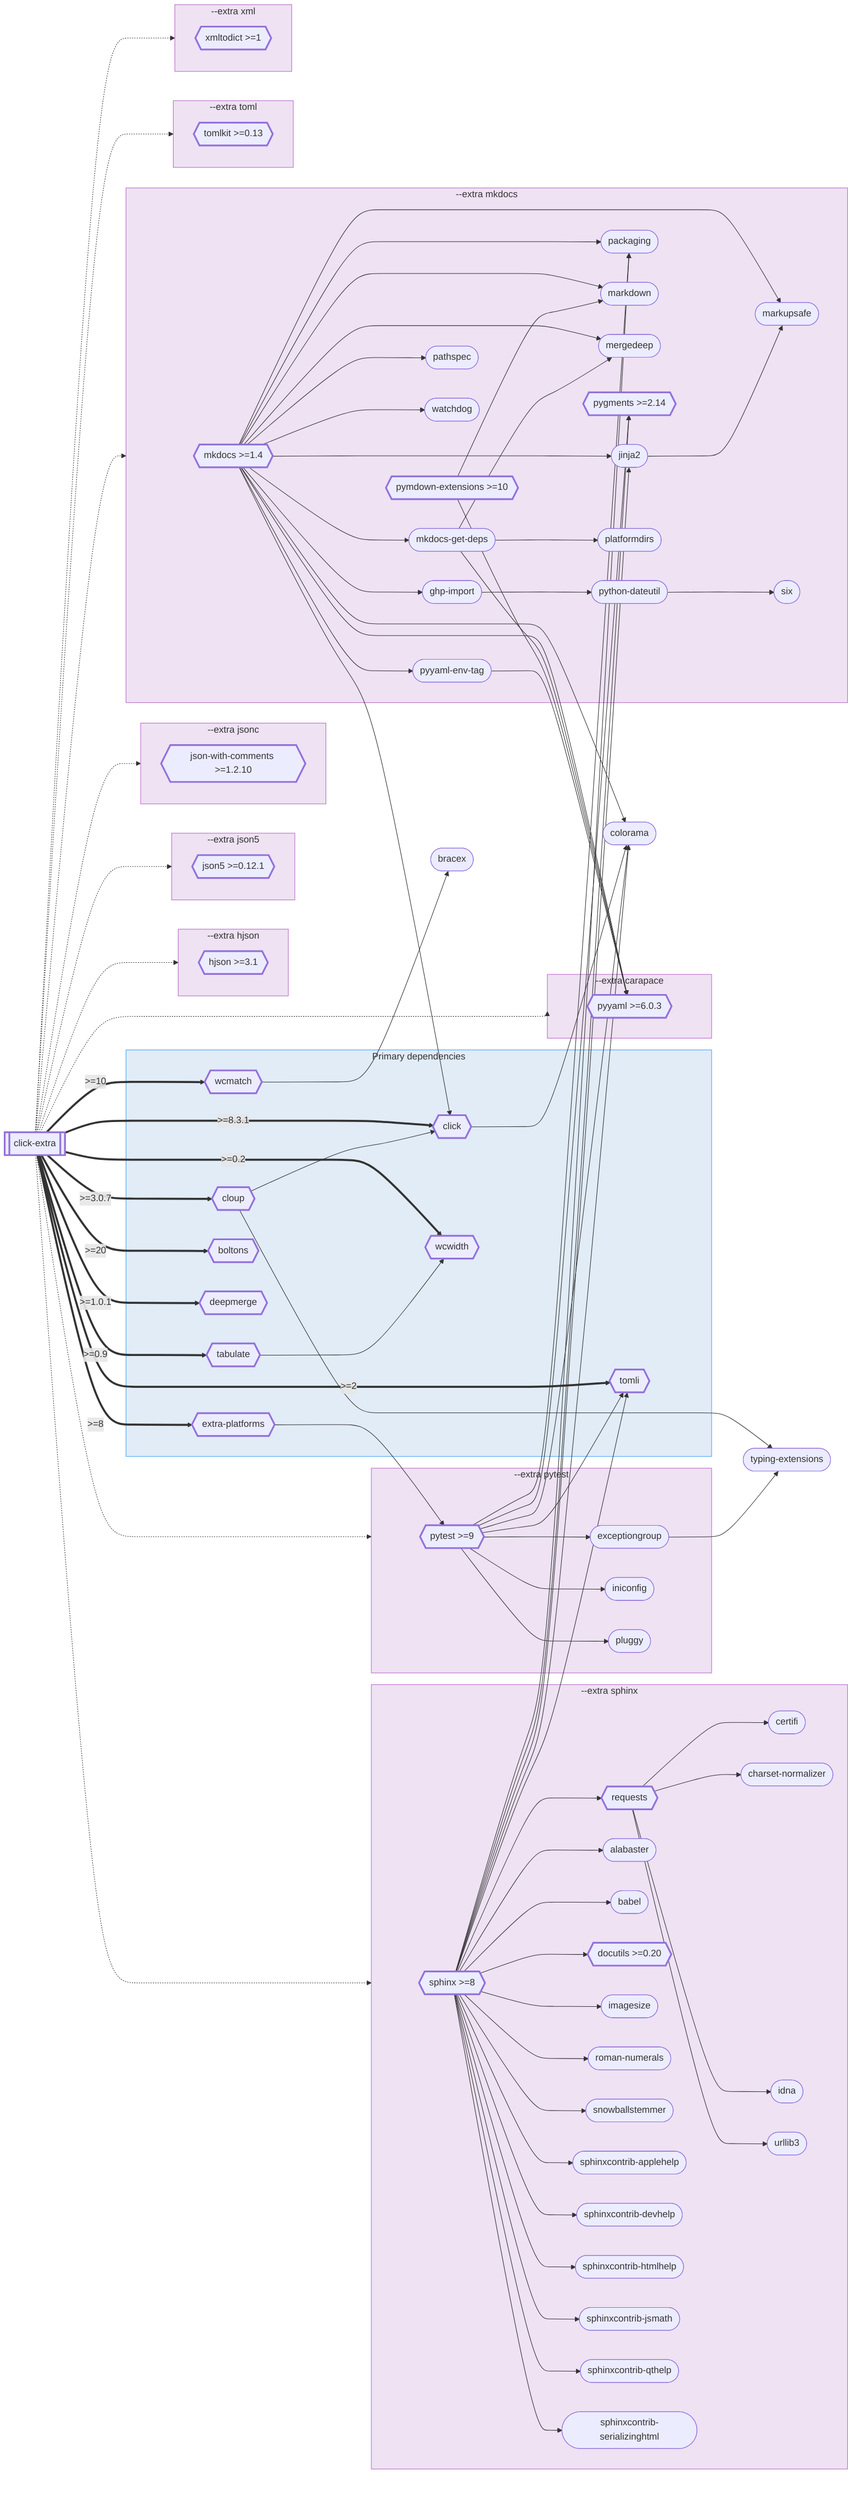
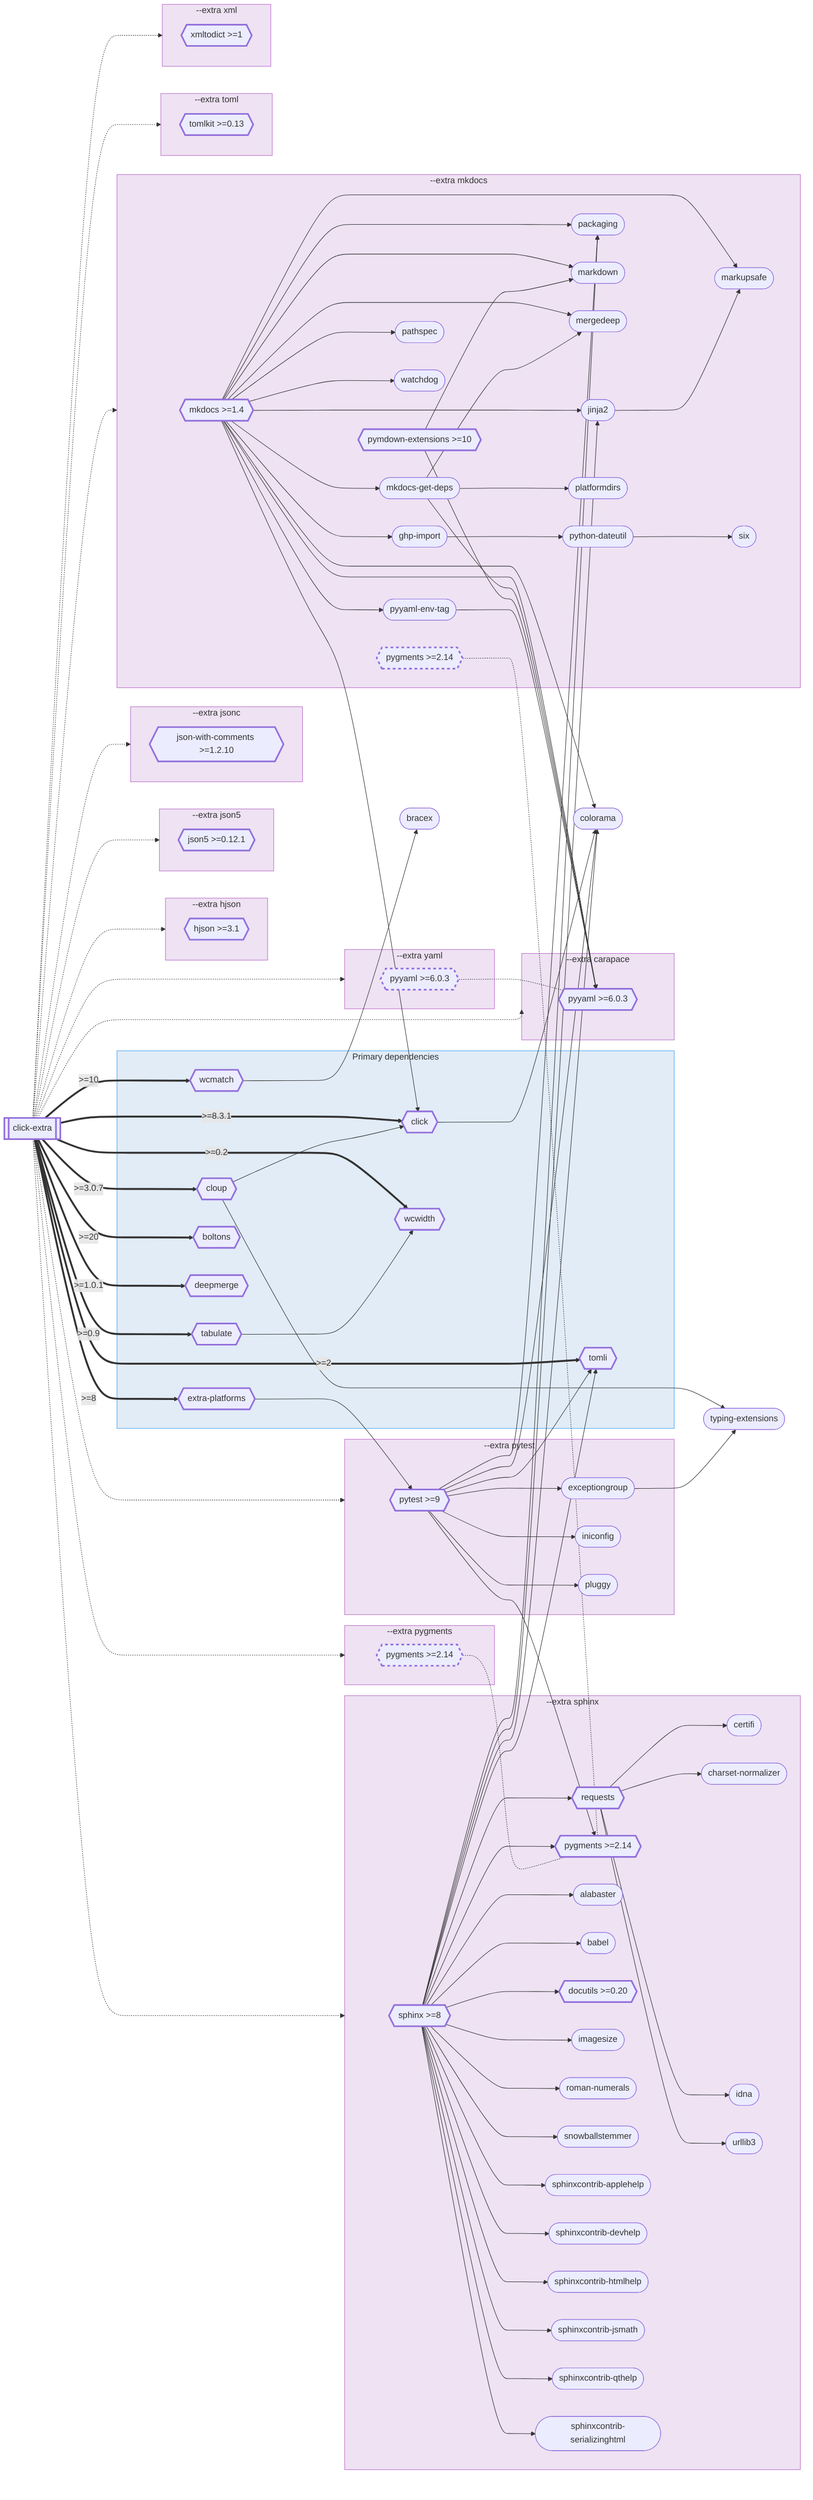
flowchart LR
    click_extra[["`click-extra`"]]

    subgraph primary-deps [Primary dependencies]
        extra_platforms{{"`extra-platforms`"}}
        cloup{{"`cloup`"}}
        click_0{{"`click`"}}
        tabulate{{"`tabulate`"}}
        wcmatch{{"`wcmatch`"}}
        tomli{{"`tomli`"}}
        wcwidth{{"`wcwidth`"}}
        boltons{{"`boltons`"}}
        deepmerge{{"`deepmerge`"}}
    end

    colorama(["`colorama`"])
    typing_extensions(["`typing-extensions`"])
    bracex(["`bracex`"])

    subgraph ext_carapace [--extra carapace]
        pyyaml{{"`pyyaml >=6.0.3`"}}
    end

    subgraph ext_hjson [--extra hjson]
        hjson{{"`hjson >=3.1`"}}
    end

    subgraph ext_json5 [--extra json5]
        json5{{"`json5 >=0.12.1`"}}
    end

    subgraph ext_jsonc [--extra jsonc]
        json_with_comments{{"`json-with-comments >=1.2.10`"}}
    end

    subgraph ext_mkdocs [--extra mkdocs]
        mkdocs{{"`mkdocs >=1.4`"}}
        mkdocs_get_deps(["`mkdocs-get-deps`"])
        jinja2(["`jinja2`"])
        packaging(["`packaging`"])
        ghp_import(["`ghp-import`"])
        markdown(["`markdown`"])
        markupsafe(["`markupsafe`"])
        mergedeep(["`mergedeep`"])
-         pygments{{"`pygments >=2.14`"}}
        pymdown_extensions{{"`pymdown-extensions >=10`"}}
        python_dateutil(["`python-dateutil`"])
        pyyaml_env_tag(["`pyyaml-env-tag`"])
        pathspec(["`pathspec`"])
        platformdirs(["`platformdirs`"])
        six(["`six`"])
        watchdog(["`watchdog`"])
+         ext_mkdocs_pygments{{"`pygments >=2.14`"}}
+     end
+ 
+     subgraph ext_pygments [--extra pygments]
+         ext_pygments_pygments{{"`pygments >=2.14`"}}
    end

    subgraph ext_pytest [--extra pytest]
        pytest{{"`pytest >=9`"}}
        exceptiongroup(["`exceptiongroup`"])
        iniconfig(["`iniconfig`"])
        pluggy(["`pluggy`"])
    end

    subgraph ext_sphinx [--extra sphinx]
        sphinx{{"`sphinx >=8`"}}
        requests{{"`requests`"}}
+         pygments{{"`pygments >=2.14`"}}
        alabaster(["`alabaster`"])
        babel(["`babel`"])
        certifi(["`certifi`"])
        charset_normalizer(["`charset-normalizer`"])
        docutils{{"`docutils >=0.20`"}}
        idna(["`idna`"])
        imagesize(["`imagesize`"])
        roman_numerals(["`roman-numerals`"])
        snowballstemmer(["`snowballstemmer`"])
        sphinxcontrib_applehelp(["`sphinxcontrib-applehelp`"])
        sphinxcontrib_devhelp(["`sphinxcontrib-devhelp`"])
        sphinxcontrib_htmlhelp(["`sphinxcontrib-htmlhelp`"])
        sphinxcontrib_jsmath(["`sphinxcontrib-jsmath`"])
        sphinxcontrib_qthelp(["`sphinxcontrib-qthelp`"])
        sphinxcontrib_serializinghtml(["`sphinxcontrib-serializinghtml`"])
        urllib3(["`urllib3`"])
    end

    subgraph ext_toml [--extra toml]
        tomlkit{{"`tomlkit >=0.13`"}}
    end

    subgraph ext_xml [--extra xml]
        xmltodict{{"`xmltodict >=1`"}}
+     end
+ 
+     subgraph ext_yaml [--extra yaml]
+         ext_yaml_pyyaml{{"`pyyaml >=6.0.3`"}}
    end

    click_extra ==>|" >=8.3.1 "| click_0
    click_extra ==>|" >=3.0.7 "| cloup
    click_extra ==>|" >=2 "| tomli
    click_extra ==>|" >=8 "| extra_platforms
    click_extra ==>|" >=0.9 "| tabulate
    click_extra ==>|" >=10 "| wcmatch
    click_extra ==>|" >=0.2 "| wcwidth
    click_extra ==>|" >=20 "| boltons
    click_extra ==>|" >=1.0.1 "| deepmerge
    sphinx --> requests
    sphinx --> colorama
    sphinx --> jinja2
    sphinx --> packaging
    sphinx --> pygments
    sphinx --> tomli
    sphinx --> alabaster
    sphinx --> babel
    sphinx --> docutils
    sphinx --> imagesize
    sphinx --> roman_numerals
    sphinx --> snowballstemmer
    sphinx --> sphinxcontrib_applehelp
    sphinx --> sphinxcontrib_devhelp
    sphinx --> sphinxcontrib_htmlhelp
    sphinx --> sphinxcontrib_jsmath
    sphinx --> sphinxcontrib_qthelp
    sphinx --> sphinxcontrib_serializinghtml
    mkdocs --> mkdocs_get_deps
    mkdocs --> pyyaml
    mkdocs --> click_0
    mkdocs --> colorama
    mkdocs --> jinja2
    mkdocs --> packaging
    mkdocs --> ghp_import
    mkdocs --> markdown
    mkdocs --> markupsafe
    mkdocs --> mergedeep
    mkdocs --> pyyaml_env_tag
    mkdocs --> pathspec
    mkdocs --> watchdog
    pytest --> colorama
    pytest --> packaging
    pytest --> exceptiongroup
    pytest --> pygments
    pytest --> tomli
    pytest --> iniconfig
    pytest --> pluggy
    requests --> certifi
    requests --> charset_normalizer
    requests --> idna
    requests --> urllib3
    mkdocs_get_deps --> pyyaml
    mkdocs_get_deps --> mergedeep
    mkdocs_get_deps --> platformdirs
    click_0 --> colorama
    jinja2 --> markupsafe
    cloup --> click_0
    cloup --> typing_extensions
    exceptiongroup --> typing_extensions
    ghp_import --> python_dateutil
    pymdown_extensions --> pyyaml
    pymdown_extensions --> markdown
    python_dateutil --> six
    pyyaml_env_tag --> pyyaml
    extra_platforms --> pytest
    tabulate --> wcwidth
    wcmatch --> bracex
    click_extra -.-> ext_carapace
    click_extra -.-> ext_hjson
    click_extra -.-> ext_json5
    click_extra -.-> ext_jsonc
    click_extra -.-> ext_mkdocs
+     click_extra -.-> ext_pygments
    click_extra -.-> ext_pytest
    click_extra -.-> ext_sphinx
    click_extra -.-> ext_toml
    click_extra -.-> ext_xml
+     click_extra -.-> ext_yaml
+     ext_mkdocs_pygments -.- pygments
+     ext_pygments_pygments -.- pygments
+     ext_yaml_pyyaml -.- pyyaml

    click alabaster "https://pypi.org/project/alabaster/" _blank
    click babel "https://pypi.org/project/babel/" _blank
    click boltons "https://pypi.org/project/boltons/" _blank
    click bracex "https://pypi.org/project/bracex/" _blank
    click certifi "https://pypi.org/project/certifi/" _blank
    click charset_normalizer "https://pypi.org/project/charset-normalizer/" _blank
    click click_0 "https://pypi.org/project/click/" _blank
    click click_extra "https://pypi.org/project/click-extra/" _blank
    click cloup "https://pypi.org/project/cloup/" _blank
    click colorama "https://pypi.org/project/colorama/" _blank
    click deepmerge "https://pypi.org/project/deepmerge/" _blank
    click docutils "https://pypi.org/project/docutils/" _blank
    click exceptiongroup "https://pypi.org/project/exceptiongroup/" _blank
    click extra_platforms "https://pypi.org/project/extra-platforms/" _blank
    click ghp_import "https://pypi.org/project/ghp-import/" _blank
    click hjson "https://pypi.org/project/hjson/" _blank
    click idna "https://pypi.org/project/idna/" _blank
    click imagesize "https://pypi.org/project/imagesize/" _blank
    click iniconfig "https://pypi.org/project/iniconfig/" _blank
    click jinja2 "https://pypi.org/project/jinja2/" _blank
    click json_with_comments "https://pypi.org/project/json-with-comments/" _blank
    click json5 "https://pypi.org/project/json5/" _blank
    click markdown "https://pypi.org/project/markdown/" _blank
    click markupsafe "https://pypi.org/project/markupsafe/" _blank
    click mergedeep "https://pypi.org/project/mergedeep/" _blank
    click mkdocs "https://pypi.org/project/mkdocs/" _blank
    click mkdocs_get_deps "https://pypi.org/project/mkdocs-get-deps/" _blank
    click packaging "https://pypi.org/project/packaging/" _blank
    click pathspec "https://pypi.org/project/pathspec/" _blank
    click platformdirs "https://pypi.org/project/platformdirs/" _blank
    click pluggy "https://pypi.org/project/pluggy/" _blank
    click pygments "https://pypi.org/project/pygments/" _blank
    click pymdown_extensions "https://pypi.org/project/pymdown-extensions/" _blank
    click pytest "https://pypi.org/project/pytest/" _blank
    click python_dateutil "https://pypi.org/project/python-dateutil/" _blank
    click pyyaml "https://pypi.org/project/pyyaml/" _blank
    click pyyaml_env_tag "https://pypi.org/project/pyyaml-env-tag/" _blank
    click requests "https://pypi.org/project/requests/" _blank
    click roman_numerals "https://pypi.org/project/roman-numerals/" _blank
    click six "https://pypi.org/project/six/" _blank
    click snowballstemmer "https://pypi.org/project/snowballstemmer/" _blank
    click sphinx "https://pypi.org/project/sphinx/" _blank
    click sphinxcontrib_applehelp "https://pypi.org/project/sphinxcontrib-applehelp/" _blank
    click sphinxcontrib_devhelp "https://pypi.org/project/sphinxcontrib-devhelp/" _blank
    click sphinxcontrib_htmlhelp "https://pypi.org/project/sphinxcontrib-htmlhelp/" _blank
    click sphinxcontrib_jsmath "https://pypi.org/project/sphinxcontrib-jsmath/" _blank
    click sphinxcontrib_qthelp "https://pypi.org/project/sphinxcontrib-qthelp/" _blank
    click sphinxcontrib_serializinghtml "https://pypi.org/project/sphinxcontrib-serializinghtml/" _blank
    click tabulate "https://pypi.org/project/tabulate/" _blank
    click tomli "https://pypi.org/project/tomli/" _blank
    click tomlkit "https://pypi.org/project/tomlkit/" _blank
    click typing_extensions "https://pypi.org/project/typing-extensions/" _blank
    click urllib3 "https://pypi.org/project/urllib3/" _blank
    click watchdog "https://pypi.org/project/watchdog/" _blank
    click wcmatch "https://pypi.org/project/wcmatch/" _blank
    click wcwidth "https://pypi.org/project/wcwidth/" _blank
    click xmltodict "https://pypi.org/project/xmltodict/" _blank
+     click ext_mkdocs_pygments "https://pypi.org/project/pygments/" _blank
+     click ext_pygments_pygments "https://pypi.org/project/pygments/" _blank
+     click ext_yaml_pyyaml "https://pypi.org/project/pyyaml/" _blank

    style click_extra stroke-width:3px
    style boltons stroke-width:3px
    style click_0 stroke-width:3px
    style click_extra stroke-width:3px
    style cloup stroke-width:3px
    style deepmerge stroke-width:3px
    style docutils stroke-width:3px
    style extra_platforms stroke-width:3px
    style hjson stroke-width:3px
    style json_with_comments stroke-width:3px
    style json5 stroke-width:3px
    style mkdocs stroke-width:3px
    style pygments stroke-width:3px
    style pymdown_extensions stroke-width:3px
    style pytest stroke-width:3px
    style pyyaml stroke-width:3px
    style requests stroke-width:3px
    style sphinx stroke-width:3px
    style tabulate stroke-width:3px
    style tomli stroke-width:3px
    style tomlkit stroke-width:3px
    style wcmatch stroke-width:3px
    style wcwidth stroke-width:3px
    style xmltodict stroke-width:3px
+     style ext_mkdocs_pygments stroke-width:3px,stroke-dasharray:5 5
+     style ext_pygments_pygments stroke-width:3px,stroke-dasharray:5 5
+     style ext_yaml_pyyaml stroke-width:3px,stroke-dasharray:5 5

    style primary-deps fill:#1565C020,stroke:#42A5F5
    style ext_carapace fill:#7B1FA220,stroke:#BA68C8
    style ext_hjson fill:#7B1FA220,stroke:#BA68C8
    style ext_json5 fill:#7B1FA220,stroke:#BA68C8
    style ext_jsonc fill:#7B1FA220,stroke:#BA68C8
    style ext_mkdocs fill:#7B1FA220,stroke:#BA68C8
+     style ext_pygments fill:#7B1FA220,stroke:#BA68C8
    style ext_pytest fill:#7B1FA220,stroke:#BA68C8
    style ext_sphinx fill:#7B1FA220,stroke:#BA68C8
    style ext_toml fill:#7B1FA220,stroke:#BA68C8
    style ext_xml fill:#7B1FA220,stroke:#BA68C8
+     style ext_yaml fill:#7B1FA220,stroke:#BA68C8
